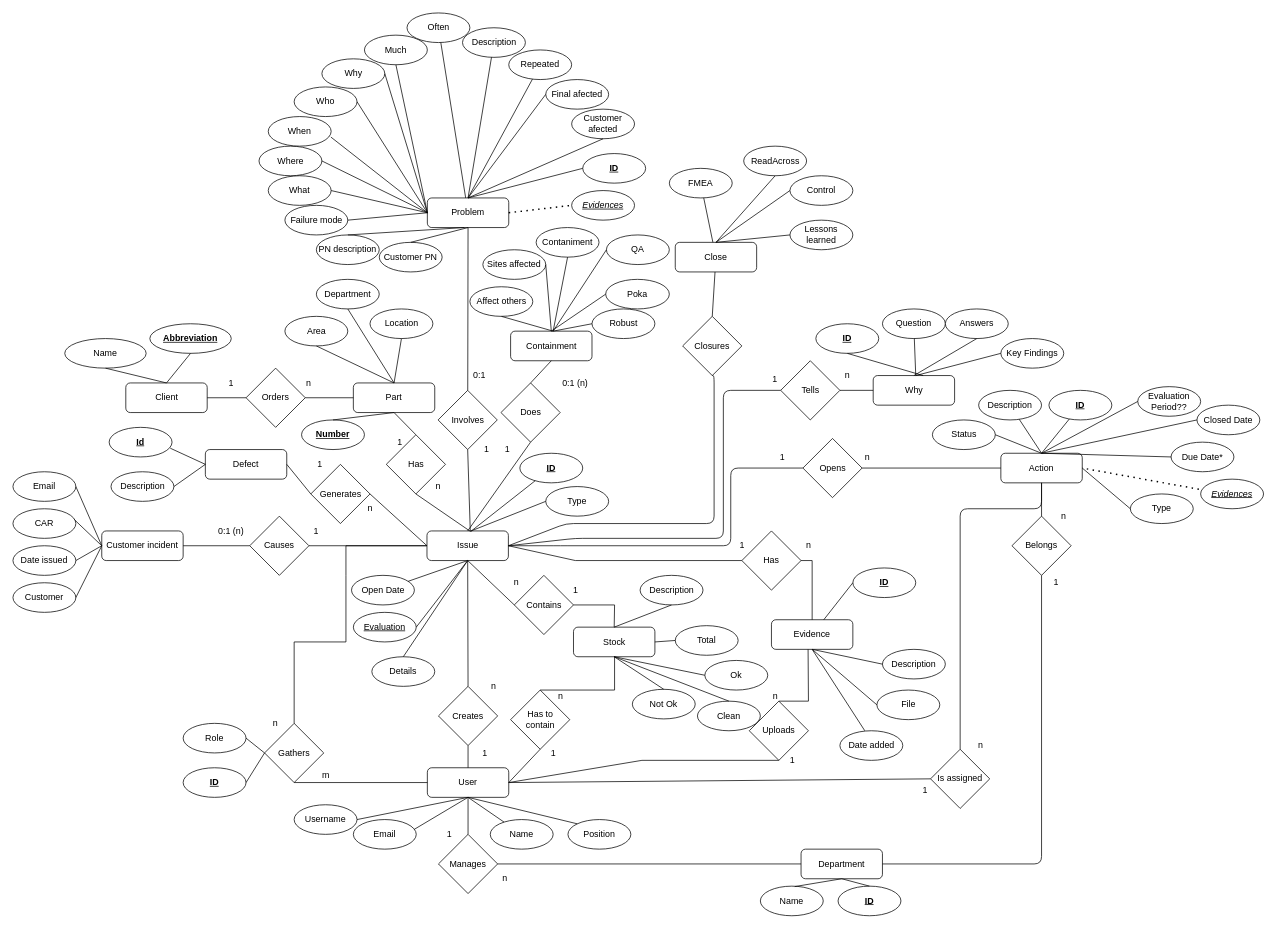
Before: api/db/model/EntityRelationshipDiagram.drawio in FFahrenheit/ScrapActionListAPI, a draw.io diagram. Source tidied: cells renumbered, new cells numbered last; positions are measured from the earlier drawing's top-left corner, leaving out a move shared by most shapes. Both pictures are drawn from the tidied source at 74%, with x=0, y=0 at pixel (13, 13).
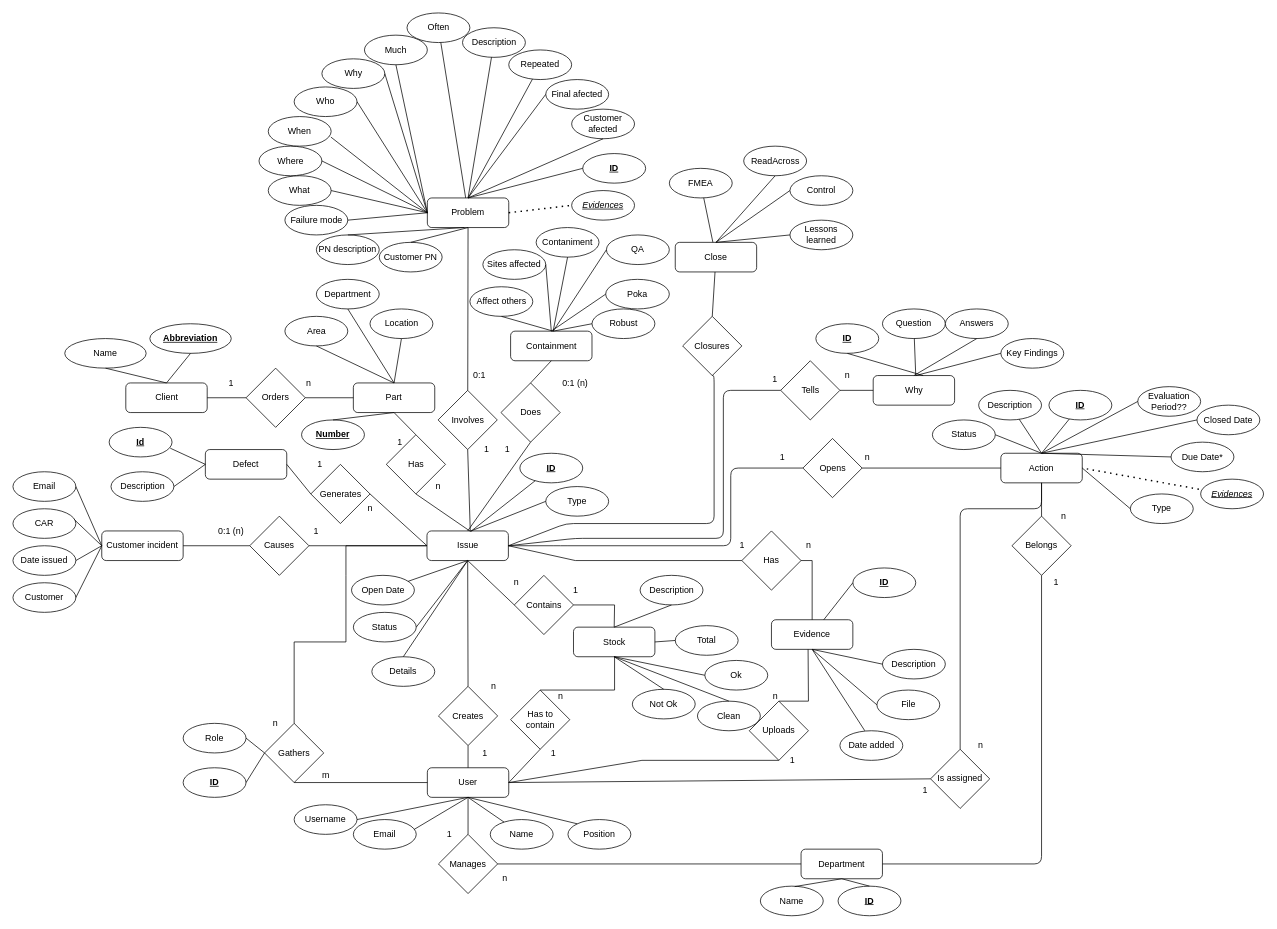
After the change.

Diff of the diagram source:
```diff
@@
-    <mxCell id="95" value="&lt;u&gt;Evaluation&lt;/u&gt;" style="ellipse;whiteSpace=wrap;html=1;" parent="1" vertex="1">
+    <mxCell id="95" value="Status" style="ellipse;whiteSpace=wrap;html=1;" parent="1" vertex="1">
       <mxGeometry x="460" y="810" width="85" height="40" as="geometry" />
     </mxCell>
```
